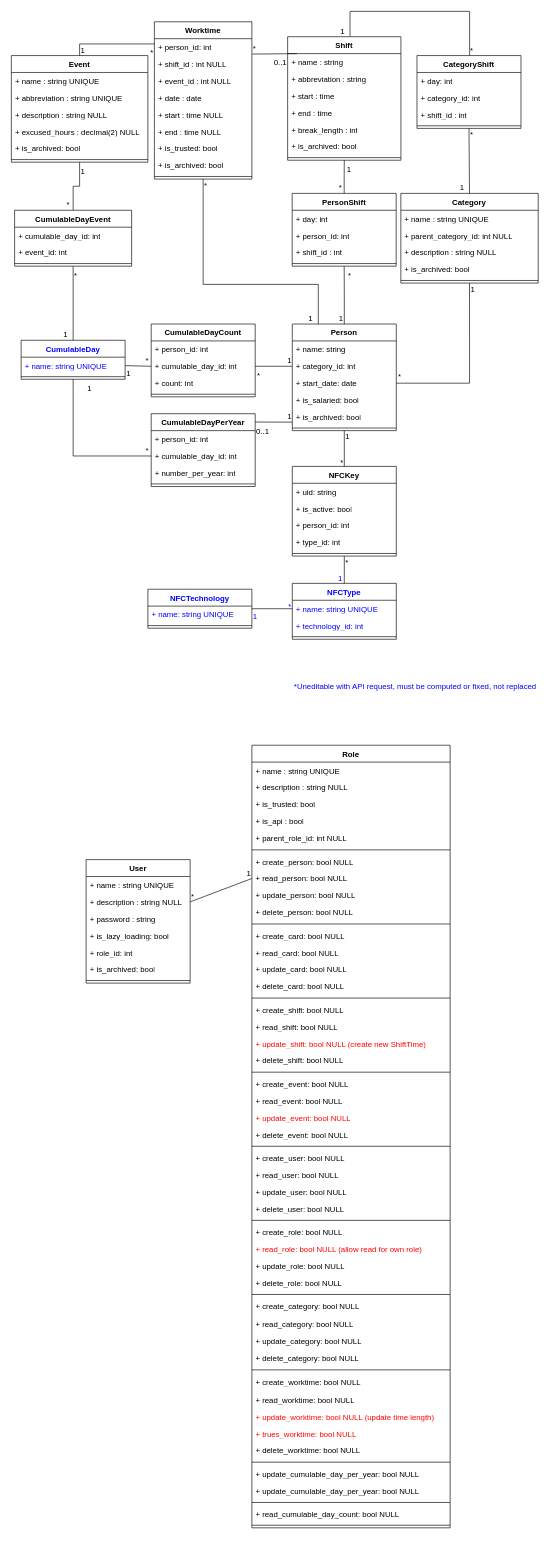
FrShao/TimeManager keeps this draw.io diagram as TimeManagerMLD.drawio. Above is the earlier version. Source tidied: cells renumbered, new cells numbered last; positions are measured from the earlier drawing's top-left corner, leaving out a move shared by most shapes. Both pictures are drawn from the tidied source at 65%, with x=0, y=0 at pixel (11, 11).
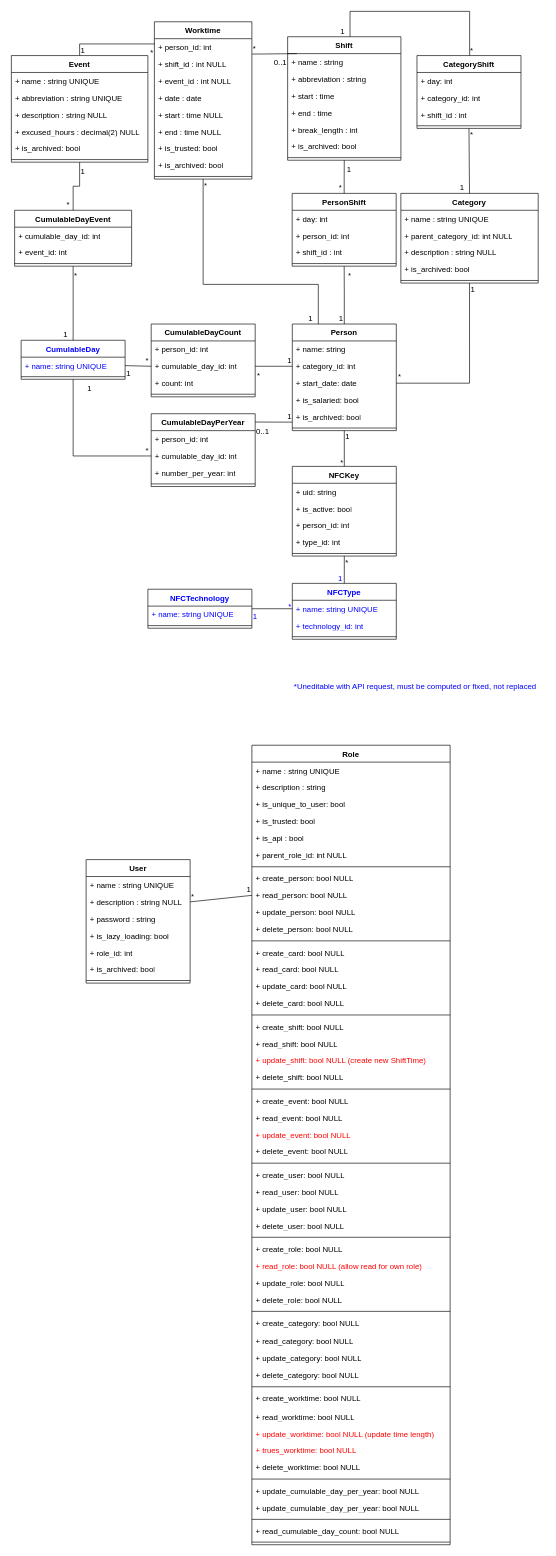
The same page after the edit.

Commit message (it also covers changes not shown here):
Mettre à jour TimeManagerMLD.drawio

The edit, as a diff of the source:
```diff
@@
     <mxCell id="9" value="Role" style="swimlane;fontStyle=1;align=center;verticalAlign=top;horizontal=1;startSize=26;whiteSpace=wrap;html=1;" parent="1" vertex="1">
-      <mxGeometry x="370" y="1129" width="305" height="1204" as="geometry" />
+      <mxGeometry x="370" y="1129" width="305" height="1230" as="geometry" />
     </mxCell>
@@
-    <mxCell id="11" value="+ description : string NULL" style="text;strokeColor=none;fillColor=none;align=left;verticalAlign=top;spacingLeft=4;spacingRight=4;overflow=hidden;whiteSpace=wrap;html=1;" parent="9" vertex="1">
+    <mxCell id="11" value="+ description : string" style="text;strokeColor=none;fillColor=none;align=left;verticalAlign=top;spacingLeft=4;spacingRight=4;overflow=hidden;whiteSpace=wrap;html=1;" parent="9" vertex="1">
       <mxGeometry y="52" width="305" height="26" as="geometry" />
     </mxCell>
+    <mxCell id="196" value="+ is_unique_to_user&lt;span style=&quot;background-color: initial;&quot;&gt;: bool&lt;/span&gt;" style="text;strokeColor=none;fillColor=none;align=left;verticalAlign=top;spacingLeft=4;spacingRight=4;overflow=hidden;whiteSpace=wrap;html=1;" parent="9" vertex="1">
+      <mxGeometry y="78" width="305" height="26" as="geometry" />
+    </mxCell>
     <mxCell id="12" value="+ is_trusted: bool" style="text;strokeColor=none;fillColor=none;align=left;verticalAlign=top;spacingLeft=4;spacingRight=4;overflow=hidden;whiteSpace=wrap;html=1;" parent="9" vertex="1">
-      <mxGeometry y="78" width="305" height="26" as="geometry" />
+      <mxGeometry y="104" width="305" height="26" as="geometry" />
     </mxCell>
     <mxCell id="13" value="+ is_api : bool" style="text;strokeColor=none;fillColor=none;align=left;verticalAlign=top;spacingLeft=4;spacingRight=4;overflow=hidden;whiteSpace=wrap;html=1;" parent="9" vertex="1">
-      <mxGeometry y="104" width="305" height="26" as="geometry" />
+      <mxGeometry y="130" width="305" height="26" as="geometry" />
     </mxCell>
     <mxCell id="14" value="+ parent_role_id: int NULL" style="text;strokeColor=none;fillColor=none;align=left;verticalAlign=top;spacingLeft=4;spacingRight=4;overflow=hidden;whiteSpace=wrap;html=1;" parent="9" vertex="1">
-      <mxGeometry y="130" width="305" height="26" as="geometry" />
+      <mxGeometry y="156" width="305" height="26" as="geometry" />
     </mxCell>
     <mxCell id="15" style="line;strokeWidth=1;dashed=0;labelPosition=right;align=left;verticalAlign=middle;spacingTop=0;spacingLeft=6;" parent="9" vertex="1">
-      <mxGeometry y="156" width="305" height="10" as="geometry" />
+      <mxGeometry y="182" width="305" height="10" as="geometry" />
     </mxCell>
     <mxCell id="16" value="+ create_person: bool NULL" style="text;strokeColor=none;fillColor=none;align=left;verticalAlign=top;spacingLeft=4;spacingRight=4;overflow=hidden;whiteSpace=wrap;html=1;" parent="9" vertex="1">
-      <mxGeometry y="166" width="305" height="26" as="geometry" />
+      <mxGeometry y="192" width="305" height="26" as="geometry" />
     </mxCell>
     <mxCell id="17" value="+ read_person: bool&amp;nbsp;NULL" style="text;strokeColor=none;fillColor=none;align=left;verticalAlign=top;spacingLeft=4;spacingRight=4;overflow=hidden;points=[[0,0.5],[1,0.5]];portConstraint=eastwest;whiteSpace=wrap;html=1;" parent="9" vertex="1">
-      <mxGeometry y="192" width="305" height="26" as="geometry" />
+      <mxGeometry y="218" width="305" height="26" as="geometry" />
     </mxCell>
     <mxCell id="18" value="&lt;font color=&quot;#000000&quot;&gt;+ update_person: bool&amp;nbsp;NULL&lt;/font&gt;" style="text;strokeColor=none;fillColor=none;align=left;verticalAlign=top;spacingLeft=4;spacingRight=4;overflow=hidden;whiteSpace=wrap;html=1;fontColor=#FF0000;" parent="9" vertex="1">
-      <mxGeometry y="218" width="305" height="26" as="geometry" />
+      <mxGeometry y="244" width="305" height="26" as="geometry" />
     </mxCell>
     <mxCell id="19" value="+ delete_person: bool&amp;nbsp;NULL" style="text;strokeColor=none;fillColor=none;align=left;verticalAlign=top;spacingLeft=4;spacingRight=4;overflow=hidden;whiteSpace=wrap;html=1;" parent="9" vertex="1">
-      <mxGeometry y="244" width="305" height="26" as="geometry" />
+      <mxGeometry y="270" width="305" height="26" as="geometry" />
     </mxCell>
     <mxCell id="20" style="line;strokeWidth=1;dashed=0;labelPosition=right;align=left;verticalAlign=middle;spacingTop=0;spacingLeft=6;" parent="9" vertex="1">
-      <mxGeometry y="270" width="305" height="10" as="geometry" />
+      <mxGeometry y="296" width="305" height="10" as="geometry" />
     </mxCell>
     <mxCell id="21" value="+ create_card: bool&amp;nbsp;NULL" style="text;strokeColor=none;fillColor=none;align=left;verticalAlign=top;spacingLeft=4;spacingRight=4;overflow=hidden;whiteSpace=wrap;html=1;" parent="9" vertex="1">
-      <mxGeometry y="280" width="305" height="26" as="geometry" />
+      <mxGeometry y="306" width="305" height="26" as="geometry" />
     </mxCell>
     <mxCell id="22" value="+ read_card: bool&amp;nbsp;NULL" style="text;strokeColor=none;fillColor=none;align=left;verticalAlign=top;spacingLeft=4;spacingRight=4;overflow=hidden;whiteSpace=wrap;html=1;" parent="9" vertex="1">
-      <mxGeometry y="306" width="305" height="26" as="geometry" />
+      <mxGeometry y="332" width="305" height="26" as="geometry" />
     </mxCell>
     <mxCell id="23" value="+ update_card: bool&amp;nbsp;NULL" style="text;strokeColor=none;fillColor=none;align=left;verticalAlign=top;spacingLeft=4;spacingRight=4;overflow=hidden;whiteSpace=wrap;html=1;" parent="9" vertex="1">
-      <mxGeometry y="332" width="305" height="26" as="geometry" />
+      <mxGeometry y="358" width="305" height="26" as="geometry" />
     </mxCell>
     <mxCell id="24" value="+ delete_card: bool&amp;nbsp;NULL" style="text;strokeColor=none;fillColor=none;align=left;verticalAlign=top;spacingLeft=4;spacingRight=4;overflow=hidden;whiteSpace=wrap;html=1;" parent="9" vertex="1">
-      <mxGeometry y="358" width="305" height="26" as="geometry" />
+      <mxGeometry y="384" width="305" height="26" as="geometry" />
     </mxCell>
     <mxCell id="25" style="line;strokeWidth=1;dashed=0;labelPosition=right;align=left;verticalAlign=middle;spacingTop=0;spacingLeft=6;" parent="9" vertex="1">
-      <mxGeometry y="384" width="305" height="10" as="geometry" />
+      <mxGeometry y="410" width="305" height="10" as="geometry" />
     </mxCell>
     <mxCell id="26" value="+ create_shift: bool&amp;nbsp;NULL" style="text;strokeColor=none;fillColor=none;align=left;verticalAlign=top;spacingLeft=4;spacingRight=4;overflow=hidden;whiteSpace=wrap;html=1;" parent="9" vertex="1">
-      <mxGeometry y="394" width="305" height="26" as="geometry" />
+      <mxGeometry y="420" width="305" height="26" as="geometry" />
     </mxCell>
     <mxCell id="27" value="+ read_shift: bool&amp;nbsp;NULL" style="text;strokeColor=none;fillColor=none;align=left;verticalAlign=top;spacingLeft=4;spacingRight=4;overflow=hidden;whiteSpace=wrap;html=1;" parent="9" vertex="1">
-      <mxGeometry y="420" width="305" height="26" as="geometry" />
+      <mxGeometry y="446" width="305" height="26" as="geometry" />
     </mxCell>
     <mxCell id="28" value="+ update_shift: bool&amp;nbsp;NULL (create new ShiftTime)" style="text;strokeColor=none;fillColor=none;align=left;verticalAlign=top;spacingLeft=4;spacingRight=4;overflow=hidden;whiteSpace=wrap;html=1;fontColor=#FF0000;" parent="9" vertex="1">
-      <mxGeometry y="446" width="305" height="26" as="geometry" />
+      <mxGeometry y="472" width="305" height="26" as="geometry" />
     </mxCell>
     <mxCell id="29" value="+ delete_shift: bool&amp;nbsp;NULL" style="text;strokeColor=none;fillColor=none;align=left;verticalAlign=top;spacingLeft=4;spacingRight=4;overflow=hidden;whiteSpace=wrap;html=1;" parent="9" vertex="1">
-      <mxGeometry y="472" width="305" height="26" as="geometry" />
+      <mxGeometry y="498" width="305" height="26" as="geometry" />
     </mxCell>
     <mxCell id="30" style="line;strokeWidth=1;dashed=0;labelPosition=right;align=left;verticalAlign=middle;spacingTop=0;spacingLeft=6;" parent="9" vertex="1">
-      <mxGeometry y="498" width="305" height="10" as="geometry" />
+      <mxGeometry y="524" width="305" height="10" as="geometry" />
     </mxCell>
     <mxCell id="31" value="+ create_event: bool&amp;nbsp;NULL" style="text;strokeColor=none;fillColor=none;align=left;verticalAlign=top;spacingLeft=4;spacingRight=4;overflow=hidden;whiteSpace=wrap;html=1;" parent="9" vertex="1">
-      <mxGeometry y="508" width="305" height="26" as="geometry" />
+      <mxGeometry y="534" width="305" height="26" as="geometry" />
     </mxCell>
     <mxCell id="32" value="+ read_event: bool&amp;nbsp;NULL" style="text;strokeColor=none;fillColor=none;align=left;verticalAlign=top;spacingLeft=4;spacingRight=4;overflow=hidden;whiteSpace=wrap;html=1;" parent="9" vertex="1">
-      <mxGeometry y="534" width="305" height="26" as="geometry" />
+      <mxGeometry y="560" width="305" height="26" as="geometry" />
     </mxCell>
     <mxCell id="33" value="+ update_event: bool&amp;nbsp;NULL" style="text;strokeColor=none;fillColor=none;align=left;verticalAlign=top;spacingLeft=4;spacingRight=4;overflow=hidden;whiteSpace=wrap;html=1;fontColor=#FF0000;" parent="9" vertex="1">
-      <mxGeometry y="560" width="305" height="26" as="geometry" />
+      <mxGeometry y="586" width="305" height="26" as="geometry" />
     </mxCell>
     <mxCell id="34" value="+ delete_event: bool&amp;nbsp;NULL" style="text;strokeColor=none;fillColor=none;align=left;verticalAlign=top;spacingLeft=4;spacingRight=4;overflow=hidden;whiteSpace=wrap;html=1;" parent="9" vertex="1">
-      <mxGeometry y="586" width="305" height="26" as="geometry" />
+      <mxGeometry y="612" width="305" height="26" as="geometry" />
     </mxCell>
     <mxCell id="35" style="line;strokeWidth=1;dashed=0;labelPosition=right;align=left;verticalAlign=middle;spacingTop=0;spacingLeft=6;" parent="9" vertex="1">
-      <mxGeometry y="612" width="305" height="10" as="geometry" />
+      <mxGeometry y="638" width="305" height="10" as="geometry" />
     </mxCell>
     <mxCell id="36" value="+ create_user: bool&amp;nbsp;NULL" style="text;strokeColor=none;fillColor=none;align=left;verticalAlign=top;spacingLeft=4;spacingRight=4;overflow=hidden;whiteSpace=wrap;html=1;" parent="9" vertex="1">
-      <mxGeometry y="622" width="305" height="26" as="geometry" />
+      <mxGeometry y="648" width="305" height="26" as="geometry" />
     </mxCell>
     <mxCell id="37" value="+ read_user: bool&amp;nbsp;NULL" style="text;strokeColor=none;fillColor=none;align=left;verticalAlign=top;spacingLeft=4;spacingRight=4;overflow=hidden;whiteSpace=wrap;html=1;" parent="9" vertex="1">
-      <mxGeometry y="648" width="305" height="26" as="geometry" />
+      <mxGeometry y="674" width="305" height="26" as="geometry" />
     </mxCell>
     <mxCell id="38" value="+ update_user: bool&amp;nbsp;NULL" style="text;strokeColor=none;fillColor=none;align=left;verticalAlign=top;spacingLeft=4;spacingRight=4;overflow=hidden;whiteSpace=wrap;html=1;" parent="9" vertex="1">
-      <mxGeometry y="674" width="305" height="26" as="geometry" />
+      <mxGeometry y="700" width="305" height="26" as="geometry" />
     </mxCell>
     <mxCell id="39" value="+ delete_user: bool&amp;nbsp;NULL" style="text;strokeColor=none;fillColor=none;align=left;verticalAlign=top;spacingLeft=4;spacingRight=4;overflow=hidden;whiteSpace=wrap;html=1;" parent="9" vertex="1">
-      <mxGeometry y="700" width="305" height="26" as="geometry" />
+      <mxGeometry y="726" width="305" height="26" as="geometry" />
     </mxCell>
     <mxCell id="40" style="line;strokeWidth=1;dashed=0;labelPosition=right;align=left;verticalAlign=middle;spacingTop=0;spacingLeft=6;" parent="9" vertex="1">
-      <mxGeometry y="726" width="305" height="10" as="geometry" />
+      <mxGeometry y="752" width="305" height="10" as="geometry" />
     </mxCell>
     <mxCell id="41" value="+ create_role: bool&amp;nbsp;NULL" style="text;strokeColor=none;fillColor=none;align=left;verticalAlign=top;spacingLeft=4;spacingRight=4;overflow=hidden;whiteSpace=wrap;html=1;" parent="9" vertex="1">
-      <mxGeometry y="736" width="305" height="26" as="geometry" />
+      <mxGeometry y="762" width="305" height="26" as="geometry" />
     </mxCell>
     <mxCell id="42" value="+ read_role: bool&amp;nbsp;NULL (allow read for own role)" style="text;strokeColor=none;fillColor=none;align=left;verticalAlign=top;spacingLeft=4;spacingRight=4;overflow=hidden;whiteSpace=wrap;html=1;fontColor=#FF0000;" parent="9" vertex="1">
-      <mxGeometry y="762" width="305" height="26" as="geometry" />
+      <mxGeometry y="788" width="305" height="26" as="geometry" />
     </mxCell>
     <mxCell id="43" value="+ update_role: bool&amp;nbsp;NULL" style="text;strokeColor=none;fillColor=none;align=left;verticalAlign=top;spacingLeft=4;spacingRight=4;overflow=hidden;whiteSpace=wrap;html=1;" parent="9" vertex="1">
-      <mxGeometry y="788" width="305" height="26" as="geometry" />
+      <mxGeometry y="814" width="305" height="26" as="geometry" />
     </mxCell>
     <mxCell id="44" value="+ delete_role: bool&amp;nbsp;NULL" style="text;strokeColor=none;fillColor=none;align=left;verticalAlign=top;spacingLeft=4;spacingRight=4;overflow=hidden;whiteSpace=wrap;html=1;" parent="9" vertex="1">
-      <mxGeometry y="814" width="305" height="26" as="geometry" />
+      <mxGeometry y="840" width="305" height="26" as="geometry" />
     </mxCell>
     <mxCell id="45" style="line;strokeWidth=1;dashed=0;labelPosition=right;align=left;verticalAlign=middle;spacingTop=0;spacingLeft=6;" parent="9" vertex="1">
-      <mxGeometry y="840" width="305" height="10" as="geometry" />
+      <mxGeometry y="866" width="305" height="10" as="geometry" />
     </mxCell>
     <mxCell id="46" value="+ create_category: bool&amp;nbsp;NULL" style="text;strokeColor=none;fillColor=none;align=left;verticalAlign=top;spacingLeft=4;spacingRight=4;overflow=hidden;whiteSpace=wrap;html=1;" parent="9" vertex="1">
-      <mxGeometry y="850" width="305" height="28" as="geometry" />
+      <mxGeometry y="876" width="305" height="28" as="geometry" />
     </mxCell>
     <mxCell id="47" value="+ read_category: bool&amp;nbsp;NULL" style="text;strokeColor=none;fillColor=none;align=left;verticalAlign=top;spacingLeft=4;spacingRight=4;overflow=hidden;whiteSpace=wrap;html=1;" parent="9" vertex="1">
-      <mxGeometry y="878" width="305" height="26" as="geometry" />
+      <mxGeometry y="904" width="305" height="26" as="geometry" />
     </mxCell>
     <mxCell id="48" value="+ update_category: bool&amp;nbsp;NULL" style="text;strokeColor=none;fillColor=none;align=left;verticalAlign=top;spacingLeft=4;spacingRight=4;overflow=hidden;whiteSpace=wrap;html=1;" parent="9" vertex="1">
-      <mxGeometry y="904" width="305" height="26" as="geometry" />
+      <mxGeometry y="930" width="305" height="26" as="geometry" />
     </mxCell>
     <mxCell id="49" value="+ delete_category: bool&amp;nbsp;NULL" style="text;strokeColor=none;fillColor=none;align=left;verticalAlign=top;spacingLeft=4;spacingRight=4;overflow=hidden;whiteSpace=wrap;html=1;" parent="9" vertex="1">
-      <mxGeometry y="930" width="305" height="26" as="geometry" />
+      <mxGeometry y="956" width="305" height="26" as="geometry" />
     </mxCell>
     <mxCell id="50" style="line;strokeWidth=1;dashed=0;labelPosition=right;align=left;verticalAlign=middle;spacingTop=0;spacingLeft=6;" parent="9" vertex="1">
-      <mxGeometry y="956" width="305" height="10" as="geometry" />
+      <mxGeometry y="982" width="305" height="10" as="geometry" />
     </mxCell>
     <mxCell id="51" value="+ create_worktime: bool&amp;nbsp;NULL" style="text;strokeColor=none;fillColor=none;align=left;verticalAlign=top;spacingLeft=4;spacingRight=4;overflow=hidden;whiteSpace=wrap;html=1;" parent="9" vertex="1">
-      <mxGeometry y="966" width="305" height="28" as="geometry" />
+      <mxGeometry y="992" width="305" height="28" as="geometry" />
     </mxCell>
     <mxCell id="52" value="+ read_worktime: bool&amp;nbsp;NULL" style="text;strokeColor=none;fillColor=none;align=left;verticalAlign=top;spacingLeft=4;spacingRight=4;overflow=hidden;whiteSpace=wrap;html=1;" parent="9" vertex="1">
-      <mxGeometry y="994" width="305" height="26" as="geometry" />
+      <mxGeometry y="1020" width="305" height="26" as="geometry" />
     </mxCell>
     <mxCell id="53" value="+ update_worktime: bool&amp;nbsp;NULL (update time length)" style="text;strokeColor=none;fillColor=none;align=left;verticalAlign=top;spacingLeft=4;spacingRight=4;overflow=hidden;whiteSpace=wrap;html=1;fontColor=#FF0000;" parent="9" vertex="1">
-      <mxGeometry y="1020" width="305" height="26" as="geometry" />
+      <mxGeometry y="1046" width="305" height="26" as="geometry" />
     </mxCell>
     <mxCell id="54" value="+ trues_worktime: bool&amp;nbsp;NULL" style="text;strokeColor=none;fillColor=none;align=left;verticalAlign=top;spacingLeft=4;spacingRight=4;overflow=hidden;whiteSpace=wrap;html=1;fontColor=#FF0000;" parent="9" vertex="1">
-      <mxGeometry y="1046" width="305" height="26" as="geometry" />
+      <mxGeometry y="1072" width="305" height="26" as="geometry" />
     </mxCell>
     <mxCell id="55" value="+ delete_worktime: bool&amp;nbsp;NULL" style="text;strokeColor=none;fillColor=none;align=left;verticalAlign=top;spacingLeft=4;spacingRight=4;overflow=hidden;whiteSpace=wrap;html=1;" parent="9" vertex="1">
-      <mxGeometry y="1072" width="305" height="26" as="geometry" />
+      <mxGeometry y="1098" width="305" height="26" as="geometry" />
     </mxCell>
     <mxCell id="56" style="line;strokeWidth=1;dashed=0;labelPosition=right;align=left;verticalAlign=middle;spacingTop=0;spacingLeft=6;" parent="9" vertex="1">
-      <mxGeometry y="1098" width="305" height="10" as="geometry" />
+      <mxGeometry y="1124" width="305" height="10" as="geometry" />
     </mxCell>
     <mxCell id="57" value="+ update_cumulable_day_per_year: bool&amp;nbsp;NULL" style="text;strokeColor=none;fillColor=none;align=left;verticalAlign=top;spacingLeft=4;spacingRight=4;overflow=hidden;whiteSpace=wrap;html=1;fontColor=#000000;" parent="9" vertex="1">
-      <mxGeometry y="1108" width="305" height="26" as="geometry" />
+      <mxGeometry y="1134" width="305" height="26" as="geometry" />
     </mxCell>
     <mxCell id="58" value="+ update_cumulable_day_per_year: bool&amp;nbsp;NULL" style="text;strokeColor=none;fillColor=none;align=left;verticalAlign=top;spacingLeft=4;spacingRight=4;overflow=hidden;whiteSpace=wrap;html=1;fontColor=#000000;" parent="9" vertex="1">
-      <mxGeometry y="1134" width="305" height="26" as="geometry" />
+      <mxGeometry y="1160" width="305" height="26" as="geometry" />
     </mxCell>
     <mxCell id="59" style="line;strokeWidth=1;dashed=0;labelPosition=right;align=left;verticalAlign=middle;spacingTop=0;spacingLeft=6;" parent="9" vertex="1">
-      <mxGeometry y="1160" width="305" height="10" as="geometry" />
+      <mxGeometry y="1186" width="305" height="10" as="geometry" />
     </mxCell>
     <mxCell id="60" value="+ read_cumulable_day_count: bool&amp;nbsp;NULL" style="text;strokeColor=none;fillColor=none;align=left;verticalAlign=top;spacingLeft=4;spacingRight=4;overflow=hidden;whiteSpace=wrap;html=1;" parent="9" vertex="1">
-      <mxGeometry y="1170" width="305" height="26" as="geometry" />
+      <mxGeometry y="1196" width="305" height="26" as="geometry" />
     </mxCell>
     <mxCell id="61" style="line;strokeWidth=1;fillColor=none;align=left;verticalAlign=middle;spacingTop=-1;spacingLeft=3;spacingRight=3;labelPosition=right;strokeColor=inherit;" parent="9" vertex="1">
-      <mxGeometry y="1196" width="305" height="8" as="geometry" />
+      <mxGeometry y="1222" width="305" height="8" as="geometry" />
     </mxCell>
```
